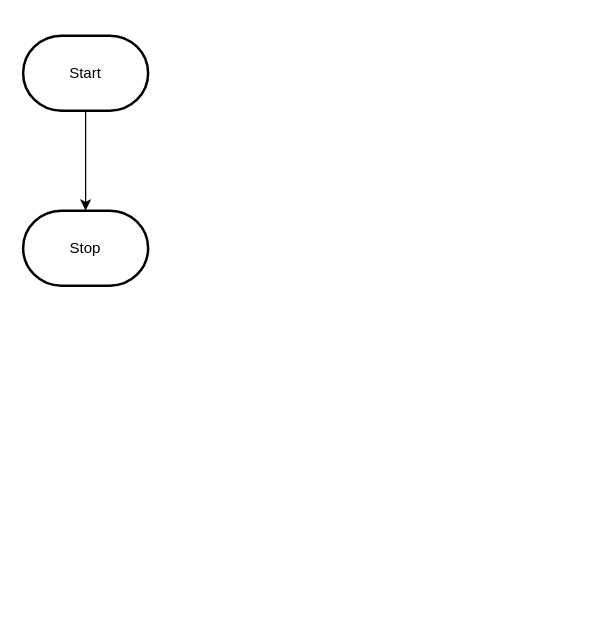
MTHS-ICS2O-2-2022/ICS2O-Assignment-05-Dominic-Madeira keeps this draw.io diagram as design/flowchart.drawio. Above is the earlier version. Source tidied: cells renumbered, new cells numbered last; positions are measured from the earlier drawing's top-left corner, leaving out a move shared by most shapes. Both pictures are drawn from the tidied source at 125%, with x=0, y=0 at pixel (22, 35).
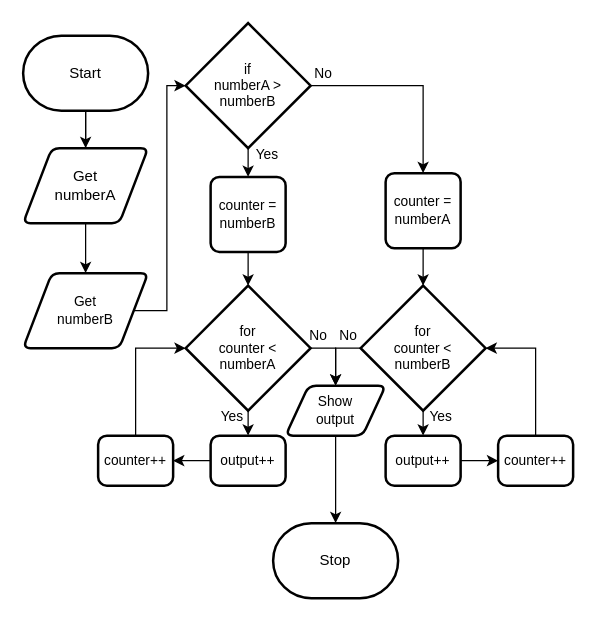
Above is the later version.

The change refers to these unchanged cells:
```xml
<mxCell id="3" value="Start" style="strokeWidth=2;html=1;shape=mxgraph.flowchart.terminator;whiteSpace=wrap;" parent="1" vertex="1">
  <mxGeometry width="100" height="60" as="geometry" />
</mxCell>
```

The edit, as a diff of the source:
```diff
@@
-    <mxCell id="2" style="edgeStyle=orthogonalEdgeStyle;html=1;rounded=0;" parent="1" edge="1" source="3" target="4">
-      <mxGeometry relative="1" as="geometry" />
-    </mxCell>
+    <mxCell id="5" style="edgeStyle=orthogonalEdgeStyle;shape=connector;rounded=0;html=1;labelBackgroundColor=default;strokeColor=default;fontFamily=Helvetica;fontSize=11;fontColor=default;endArrow=classic;" parent="1" edge="1" source="3" target="8">
+      <mxGeometry relative="1" as="geometry" />
+    </mxCell>
@@
     <mxCell id="4" value="Stop" style="strokeWidth=2;html=1;shape=mxgraph.flowchart.terminator;whiteSpace=wrap;" parent="1" vertex="1">
-      <mxGeometry y="140" width="100" height="60" as="geometry" />
+      <mxGeometry x="200" y="390" width="100" height="60" as="geometry" />
     </mxCell>
+    <mxCell id="6" style="edgeStyle=orthogonalEdgeStyle;html=1;rounded=0;endArrow=none;" parent="1" edge="1" source="3" target="8">
+      <mxGeometry relative="1" as="geometry" />
+    </mxCell>
+    <mxCell id="7" style="edgeStyle=orthogonalEdgeStyle;shape=connector;rounded=0;html=1;entryX=0.5;entryY=0;entryDx=0;entryDy=0;labelBackgroundColor=default;strokeColor=default;fontFamily=Helvetica;fontSize=11;fontColor=default;endArrow=classic;" parent="1" edge="1" source="8" target="10">
+      <mxGeometry relative="1" as="geometry" />
+    </mxCell>
+    <mxCell id="8" value="Get&lt;br&gt;numberA" style="shape=parallelogram;html=1;strokeWidth=2;perimeter=parallelogramPerimeter;whiteSpace=wrap;rounded=1;arcSize=12;size=0.23;" parent="1" vertex="1">
+      <mxGeometry y="90" width="100" height="60" as="geometry" />
+    </mxCell>
+    <mxCell id="9" style="edgeStyle=orthogonalEdgeStyle;shape=connector;rounded=0;html=1;entryX=0;entryY=0.5;entryDx=0;entryDy=0;entryPerimeter=0;labelBackgroundColor=default;strokeColor=default;fontFamily=Helvetica;fontSize=11;fontColor=default;endArrow=classic;" parent="1" edge="1" source="10" target="13">
+      <mxGeometry relative="1" as="geometry">
+        <Array as="points">
+          <mxPoint x="115" y="220" />
+          <mxPoint x="115" y="40" />
+        </Array>
+      </mxGeometry>
+    </mxCell>
+    <mxCell id="10" value="Get&lt;br&gt;numberB" style="shape=parallelogram;html=1;strokeWidth=2;perimeter=parallelogramPerimeter;whiteSpace=wrap;rounded=1;arcSize=12;size=0.23;fontFamily=Helvetica;fontSize=11;fontColor=default;" parent="1" vertex="1">
+      <mxGeometry y="190" width="100" height="60" as="geometry" />
+    </mxCell>
+    <mxCell id="11" style="edgeStyle=orthogonalEdgeStyle;shape=connector;rounded=0;html=1;entryX=0.5;entryY=0;entryDx=0;entryDy=0;labelBackgroundColor=default;strokeColor=default;fontFamily=Helvetica;fontSize=11;fontColor=default;endArrow=classic;" parent="1" edge="1" source="13" target="29">
+      <mxGeometry relative="1" as="geometry" />
+    </mxCell>
+    <mxCell id="12" style="edgeStyle=orthogonalEdgeStyle;shape=connector;rounded=0;html=1;entryX=0.5;entryY=0;entryDx=0;entryDy=0;labelBackgroundColor=default;strokeColor=default;fontFamily=Helvetica;fontSize=11;fontColor=default;endArrow=classic;" parent="1" edge="1" source="13" target="31">
+      <mxGeometry relative="1" as="geometry" />
+    </mxCell>
+    <mxCell id="13" value="if &lt;br&gt;numberA &amp;gt;&lt;br&gt;numberB" style="strokeWidth=2;html=1;shape=mxgraph.flowchart.decision;whiteSpace=wrap;fontFamily=Helvetica;fontSize=11;fontColor=default;" parent="1" vertex="1">
+      <mxGeometry x="130" y="-10" width="100" height="100" as="geometry" />
+    </mxCell>
+    <mxCell id="14" style="edgeStyle=orthogonalEdgeStyle;shape=connector;rounded=0;html=1;labelBackgroundColor=default;strokeColor=default;fontFamily=Helvetica;fontSize=11;fontColor=default;endArrow=classic;" parent="1" edge="1" source="16" target="20">
+      <mxGeometry relative="1" as="geometry" />
+    </mxCell>
+    <mxCell id="15" style="edgeStyle=orthogonalEdgeStyle;shape=connector;rounded=0;html=1;entryX=0.5;entryY=0;entryDx=0;entryDy=0;labelBackgroundColor=default;strokeColor=default;fontFamily=Helvetica;fontSize=11;fontColor=default;endArrow=classic;exitX=1;exitY=0.5;exitDx=0;exitDy=0;exitPerimeter=0;" parent="1" edge="1" source="16" target="33">
+      <mxGeometry relative="1" as="geometry" />
+    </mxCell>
+    <mxCell id="16" value="for&lt;br&gt;counter &amp;lt;&lt;br&gt;numberA" style="strokeWidth=2;html=1;shape=mxgraph.flowchart.decision;whiteSpace=wrap;fontFamily=Helvetica;fontSize=11;fontColor=default;" parent="1" vertex="1">
+      <mxGeometry x="130" y="200" width="100" height="100" as="geometry" />
+    </mxCell>
+    <mxCell id="17" style="edgeStyle=orthogonalEdgeStyle;shape=connector;rounded=0;html=1;entryX=0;entryY=0.5;entryDx=0;entryDy=0;entryPerimeter=0;labelBackgroundColor=default;strokeColor=default;fontFamily=Helvetica;fontSize=11;fontColor=default;endArrow=classic;exitX=0.5;exitY=0;exitDx=0;exitDy=0;" parent="1" edge="1" source="18" target="16">
+      <mxGeometry relative="1" as="geometry" />
+    </mxCell>
+    <mxCell id="18" value="counter++" style="rounded=1;whiteSpace=wrap;html=1;absoluteArcSize=1;arcSize=14;strokeWidth=2;fontFamily=Helvetica;fontSize=11;fontColor=default;" parent="1" vertex="1">
+      <mxGeometry x="60" y="320" width="60" height="40" as="geometry" />
+    </mxCell>
+    <mxCell id="19" style="edgeStyle=orthogonalEdgeStyle;shape=connector;rounded=0;html=1;labelBackgroundColor=default;strokeColor=default;fontFamily=Helvetica;fontSize=11;fontColor=default;endArrow=classic;" parent="1" edge="1" source="20" target="18">
+      <mxGeometry relative="1" as="geometry" />
+    </mxCell>
+    <mxCell id="20" value="output++" style="rounded=1;whiteSpace=wrap;html=1;absoluteArcSize=1;arcSize=14;strokeWidth=2;fontFamily=Helvetica;fontSize=11;fontColor=default;" parent="1" vertex="1">
+      <mxGeometry x="150" y="320" width="60" height="40" as="geometry" />
+    </mxCell>
+    <mxCell id="21" style="edgeStyle=orthogonalEdgeStyle;shape=connector;rounded=0;html=1;entryX=1;entryY=0.5;entryDx=0;entryDy=0;entryPerimeter=0;labelBackgroundColor=default;strokeColor=default;fontFamily=Helvetica;fontSize=11;fontColor=default;endArrow=classic;exitX=0.5;exitY=0;exitDx=0;exitDy=0;" parent="1" edge="1" source="22" target="27">
+      <mxGeometry relative="1" as="geometry" />
+    </mxCell>
+    <mxCell id="22" value="counter++" style="rounded=1;whiteSpace=wrap;html=1;absoluteArcSize=1;arcSize=14;strokeWidth=2;fontFamily=Helvetica;fontSize=11;fontColor=default;" parent="1" vertex="1">
+      <mxGeometry x="380" y="320" width="60" height="40" as="geometry" />
+    </mxCell>
+    <mxCell id="23" style="edgeStyle=orthogonalEdgeStyle;shape=connector;rounded=0;html=1;labelBackgroundColor=default;strokeColor=default;fontFamily=Helvetica;fontSize=11;fontColor=default;endArrow=classic;" parent="1" edge="1" source="24" target="22">
+      <mxGeometry relative="1" as="geometry" />
+    </mxCell>
+    <mxCell id="24" value="output++" style="rounded=1;whiteSpace=wrap;html=1;absoluteArcSize=1;arcSize=14;strokeWidth=2;fontFamily=Helvetica;fontSize=11;fontColor=default;" parent="1" vertex="1">
+      <mxGeometry x="290" y="320" width="60" height="40" as="geometry" />
+    </mxCell>
+    <mxCell id="25" style="edgeStyle=orthogonalEdgeStyle;shape=connector;rounded=0;html=1;entryX=0.5;entryY=0;entryDx=0;entryDy=0;labelBackgroundColor=default;strokeColor=default;fontFamily=Helvetica;fontSize=11;fontColor=default;endArrow=classic;" parent="1" edge="1" source="27" target="24">
+      <mxGeometry relative="1" as="geometry" />
+    </mxCell>
+    <mxCell id="26" style="edgeStyle=orthogonalEdgeStyle;shape=connector;rounded=0;html=1;entryX=0.5;entryY=0;entryDx=0;entryDy=0;labelBackgroundColor=default;strokeColor=default;fontFamily=Helvetica;fontSize=11;fontColor=default;endArrow=classic;exitX=0;exitY=0.5;exitDx=0;exitDy=0;exitPerimeter=0;" parent="1" edge="1" source="27" target="33">
+      <mxGeometry relative="1" as="geometry" />
+    </mxCell>
+    <mxCell id="27" value="for&lt;br&gt;counter &amp;lt;&lt;br&gt;numberB" style="strokeWidth=2;html=1;shape=mxgraph.flowchart.decision;whiteSpace=wrap;fontFamily=Helvetica;fontSize=11;fontColor=default;" parent="1" vertex="1">
+      <mxGeometry x="270" y="200" width="100" height="100" as="geometry" />
+    </mxCell>
+    <mxCell id="28" style="edgeStyle=orthogonalEdgeStyle;shape=connector;rounded=0;html=1;entryX=0.5;entryY=0;entryDx=0;entryDy=0;entryPerimeter=0;labelBackgroundColor=default;strokeColor=default;fontFamily=Helvetica;fontSize=11;fontColor=default;endArrow=classic;" parent="1" edge="1" source="29" target="16">
+      <mxGeometry relative="1" as="geometry" />
+    </mxCell>
+    <mxCell id="29" value="counter = numberB" style="rounded=1;whiteSpace=wrap;html=1;absoluteArcSize=1;arcSize=14;strokeWidth=2;fontFamily=Helvetica;fontSize=11;fontColor=default;" parent="1" vertex="1">
+      <mxGeometry x="150" y="113" width="60" height="60" as="geometry" />
+    </mxCell>
+    <mxCell id="30" style="edgeStyle=orthogonalEdgeStyle;shape=connector;rounded=0;html=1;entryX=0.5;entryY=0;entryDx=0;entryDy=0;entryPerimeter=0;labelBackgroundColor=default;strokeColor=default;fontFamily=Helvetica;fontSize=11;fontColor=default;endArrow=classic;" parent="1" edge="1" source="31" target="27">
+      <mxGeometry relative="1" as="geometry" />
+    </mxCell>
+    <mxCell id="31" value="counter = numberA" style="rounded=1;whiteSpace=wrap;html=1;absoluteArcSize=1;arcSize=14;strokeWidth=2;fontFamily=Helvetica;fontSize=11;fontColor=default;" parent="1" vertex="1">
+      <mxGeometry x="290" y="110" width="60" height="60" as="geometry" />
+    </mxCell>
+    <mxCell id="32" style="edgeStyle=orthogonalEdgeStyle;shape=connector;rounded=0;html=1;entryX=0.5;entryY=0;entryDx=0;entryDy=0;entryPerimeter=0;labelBackgroundColor=default;strokeColor=default;fontFamily=Helvetica;fontSize=11;fontColor=default;endArrow=classic;" parent="1" edge="1" source="33" target="4">
+      <mxGeometry relative="1" as="geometry" />
+    </mxCell>
+    <mxCell id="33" value="Show&lt;br&gt;output" style="shape=parallelogram;html=1;strokeWidth=2;perimeter=parallelogramPerimeter;whiteSpace=wrap;rounded=1;arcSize=12;size=0.23;fontFamily=Helvetica;fontSize=11;fontColor=default;" parent="1" vertex="1">
+      <mxGeometry x="210" y="280" width="80" height="40" as="geometry" />
+    </mxCell>
+    <mxCell id="34" value="No" style="text;html=1;align=center;verticalAlign=middle;strokeColor=none;fillColor=none;fontSize=11;fontFamily=Helvetica;fontColor=default;" parent="1" vertex="1">
+      <mxGeometry x="220" y="15" width="40" height="30" as="geometry" />
+    </mxCell>
+    <mxCell id="35" value="No" style="text;html=1;align=center;verticalAlign=middle;strokeColor=none;fillColor=none;fontSize=11;fontFamily=Helvetica;fontColor=default;" parent="1" vertex="1">
+      <mxGeometry x="240" y="225" width="40" height="30" as="geometry" />
+    </mxCell>
+    <mxCell id="36" value="No" style="text;html=1;align=center;verticalAlign=middle;strokeColor=none;fillColor=none;fontSize=11;fontFamily=Helvetica;fontColor=default;" parent="1" vertex="1">
+      <mxGeometry x="216" y="225" width="40" height="30" as="geometry" />
+    </mxCell>
+    <mxCell id="37" value="Yes" style="text;html=1;align=center;verticalAlign=middle;strokeColor=none;fillColor=none;fontSize=11;fontFamily=Helvetica;fontColor=default;" parent="1" vertex="1">
+      <mxGeometry x="175" y="80" width="40" height="30" as="geometry" />
+    </mxCell>
+    <mxCell id="38" value="Yes" style="text;html=1;align=center;verticalAlign=middle;strokeColor=none;fillColor=none;fontSize=11;fontFamily=Helvetica;fontColor=default;" parent="1" vertex="1">
+      <mxGeometry x="147" y="290" width="40" height="30" as="geometry" />
+    </mxCell>
+    <mxCell id="39" value="Yes" style="text;html=1;align=center;verticalAlign=middle;strokeColor=none;fillColor=none;fontSize=11;fontFamily=Helvetica;fontColor=default;" parent="1" vertex="1">
+      <mxGeometry x="314" y="290" width="40" height="30" as="geometry" />
+    </mxCell>
```
